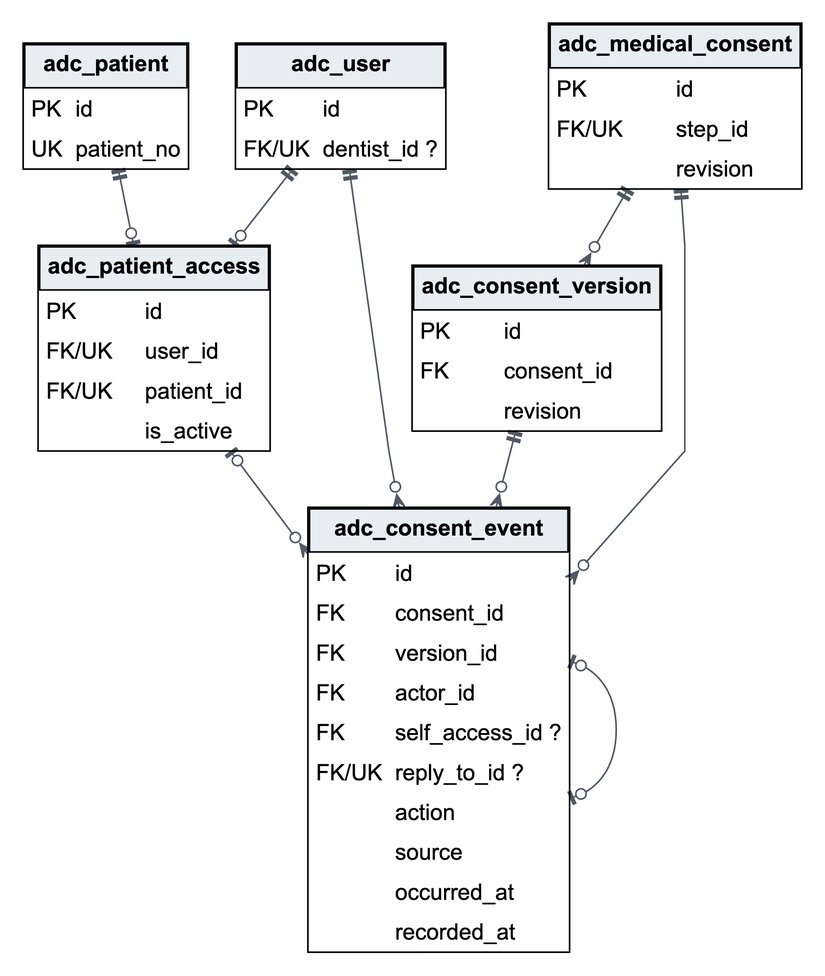
Above: docs/database/er_consent_events.png in Zhang646967/adc-dental-clinic (Graphviz), before the change. Its source is kept beside it as docs/database/er_consent_events.dot.
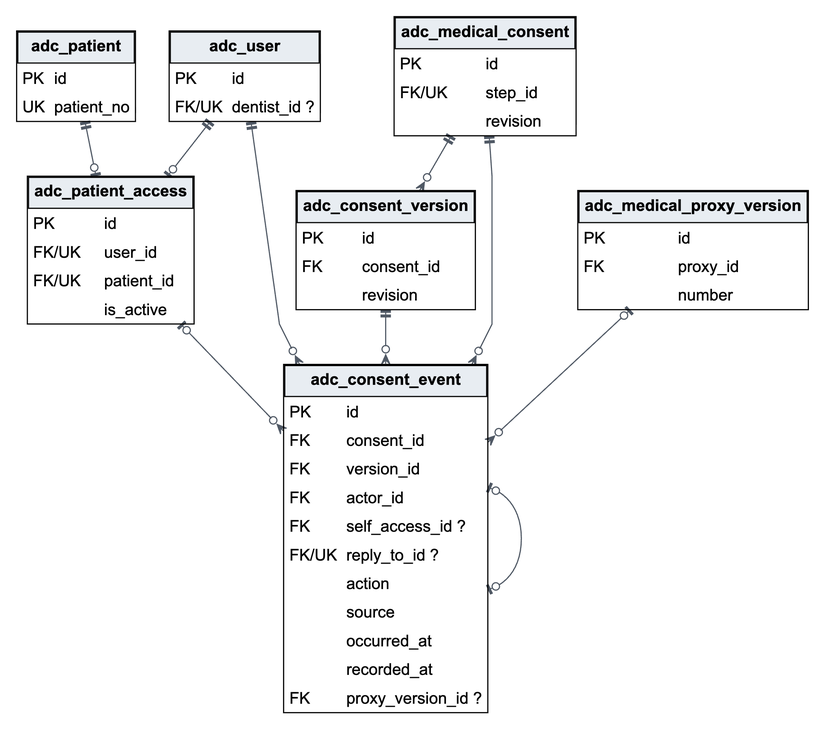
After the change.

Change to the diagram source:
```diff
@@ -7,7 +7,8 @@
 "adc_patient_access" [label=<<TABLE BORDER="1" CELLBORDER="0" CELLSPACING="0" CELLPADDING="4"><TR><TD COLSPAN="2" BGCOLOR="#e8edf2" BORDER="1"><B>adc_patient_access</B></TD></TR><TR><TD ALIGN="LEFT">PK</TD><TD ALIGN="LEFT" PORT="id">id</TD></TR><TR><TD ALIGN="LEFT">FK/UK</TD><TD ALIGN="LEFT" PORT="user_id">user_id</TD></TR><TR><TD ALIGN="LEFT">FK/UK</TD><TD ALIGN="LEFT" PORT="patient_id">patient_id</TD></TR><TR><TD ALIGN="LEFT"></TD><TD ALIGN="LEFT" PORT="is_active">is_active</TD></TR></TABLE>>];
 "adc_medical_consent" [label=<<TABLE BORDER="1" CELLBORDER="0" CELLSPACING="0" CELLPADDING="4"><TR><TD COLSPAN="2" BGCOLOR="#e8edf2" BORDER="1"><B>adc_medical_consent</B></TD></TR><TR><TD ALIGN="LEFT">PK</TD><TD ALIGN="LEFT" PORT="id">id</TD></TR><TR><TD ALIGN="LEFT">FK/UK</TD><TD ALIGN="LEFT" PORT="step_id">step_id</TD></TR><TR><TD ALIGN="LEFT"></TD><TD ALIGN="LEFT" PORT="revision">revision</TD></TR></TABLE>>];
 "adc_consent_version" [label=<<TABLE BORDER="1" CELLBORDER="0" CELLSPACING="0" CELLPADDING="4"><TR><TD COLSPAN="2" BGCOLOR="#e8edf2" BORDER="1"><B>adc_consent_version</B></TD></TR><TR><TD ALIGN="LEFT">PK</TD><TD ALIGN="LEFT" PORT="id">id</TD></TR><TR><TD ALIGN="LEFT">FK</TD><TD ALIGN="LEFT" PORT="consent_id">consent_id</TD></TR><TR><TD ALIGN="LEFT"></TD><TD ALIGN="LEFT" PORT="revision">revision</TD></TR></TABLE>>];
-"adc_consent_event" [label=<<TABLE BORDER="1" CELLBORDER="0" CELLSPACING="0" CELLPADDING="4"><TR><TD COLSPAN="2" BGCOLOR="#e8edf2" BORDER="1"><B>adc_consent_event</B></TD></TR><TR><TD ALIGN="LEFT">PK</TD><TD ALIGN="LEFT" PORT="id">id</TD></TR><TR><TD ALIGN="LEFT">FK</TD><TD ALIGN="LEFT" PORT="consent_id">consent_id</TD></TR><TR><TD ALIGN="LEFT">FK</TD><TD ALIGN="LEFT" PORT="version_id">version_id</TD></TR><TR><TD ALIGN="LEFT">FK</TD><TD ALIGN="LEFT" PORT="actor_id">actor_id</TD></TR><TR><TD ALIGN="LEFT">FK</TD><TD ALIGN="LEFT" PORT="self_access_id">self_access_id ?</TD></TR><TR><TD ALIGN="LEFT">FK/UK</TD><TD ALIGN="LEFT" PORT="reply_to_id">reply_to_id ?</TD></TR><TR><TD ALIGN="LEFT"></TD><TD ALIGN="LEFT" PORT="action">action</TD></TR><TR><TD ALIGN="LEFT"></TD><TD ALIGN="LEFT" PORT="source">source</TD></TR><TR><TD ALIGN="LEFT"></TD><TD ALIGN="LEFT" PORT="occurred_at">occurred_at</TD></TR><TR><TD ALIGN="LEFT"></TD><TD ALIGN="LEFT" PORT="recorded_at">recorded_at</TD></TR></TABLE>>];
+"adc_consent_event" [label=<<TABLE BORDER="1" CELLBORDER="0" CELLSPACING="0" CELLPADDING="4"><TR><TD COLSPAN="2" BGCOLOR="#e8edf2" BORDER="1"><B>adc_consent_event</B></TD></TR><TR><TD ALIGN="LEFT">PK</TD><TD ALIGN="LEFT" PORT="id">id</TD></TR><TR><TD ALIGN="LEFT">FK</TD><TD ALIGN="LEFT" PORT="consent_id">consent_id</TD></TR><TR><TD ALIGN="LEFT">FK</TD><TD ALIGN="LEFT" PORT="version_id">version_id</TD></TR><TR><TD ALIGN="LEFT">FK</TD><TD ALIGN="LEFT" PORT="actor_id">actor_id</TD></TR><TR><TD ALIGN="LEFT">FK</TD><TD ALIGN="LEFT" PORT="self_access_id">self_access_id ?</TD></TR><TR><TD ALIGN="LEFT">FK/UK</TD><TD ALIGN="LEFT" PORT="reply_to_id">reply_to_id ?</TD></TR><TR><TD ALIGN="LEFT"></TD><TD ALIGN="LEFT" PORT="action">action</TD></TR><TR><TD ALIGN="LEFT"></TD><TD ALIGN="LEFT" PORT="source">source</TD></TR><TR><TD ALIGN="LEFT"></TD><TD ALIGN="LEFT" PORT="occurred_at">occurred_at</TD></TR><TR><TD ALIGN="LEFT"></TD><TD ALIGN="LEFT" PORT="recorded_at">recorded_at</TD></TR><TR><TD ALIGN="LEFT">FK</TD><TD ALIGN="LEFT" PORT="proxy_version_id">proxy_version_id ?</TD></TR></TABLE>>];
+"adc_medical_proxy_version" [label=<<TABLE BORDER="1" CELLBORDER="0" CELLSPACING="0" CELLPADDING="4"><TR><TD COLSPAN="2" BGCOLOR="#e8edf2" BORDER="1"><B>adc_medical_proxy_version</B></TD></TR><TR><TD ALIGN="LEFT">PK</TD><TD ALIGN="LEFT" PORT="id">id</TD></TR><TR><TD ALIGN="LEFT">FK</TD><TD ALIGN="LEFT" PORT="proxy_id">proxy_id</TD></TR><TR><TD ALIGN="LEFT"></TD><TD ALIGN="LEFT" PORT="number">number</TD></TR></TABLE>>];
 "adc_user" -> "adc_patient_access" [arrowtail="teetee", arrowhead="teeodot", tooltip="adc_patient_access.user_id references adc_user.id; 0..1:1"];
 "adc_patient" -> "adc_patient_access" [arrowtail="teetee", arrowhead="teeodot", tooltip="adc_patient_access.patient_id references adc_patient.id; 0..1:1"];
 "adc_medical_consent" -> "adc_consent_version" [arrowtail="teetee", arrowhead="crowodot", tooltip="adc_consent_version.consent_id references adc_medical_consent.id; 0..*:1"];
@@ -16,4 +17,5 @@
 "adc_user" -> "adc_consent_event" [arrowtail="teetee", arrowhead="crowodot", tooltip="adc_consent_event.actor_id references adc_user.id; 0..*:1"];
 "adc_patient_access" -> "adc_consent_event" [arrowtail="teeodot", arrowhead="crowodot", tooltip="adc_consent_event.self_access_id references adc_patient_access.id; 0..*:0..1"];
 "adc_consent_event" -> "adc_consent_event" [arrowtail="teeodot", arrowhead="teeodot", tooltip="adc_consent_event.reply_to_id references adc_consent_event.id; 0..1:0..1"];
+"adc_medical_proxy_version" -> "adc_consent_event" [arrowtail="teeodot", arrowhead="crowodot", tooltip="adc_consent_event.proxy_version_id references adc_medical_proxy_version.id; 0..*:0..1"];
 }
```
